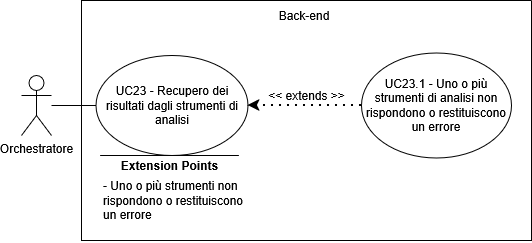
This is assets/diagrams/UC23.png from SkarabGroup/DocumentazioneProgetto, a draw.io export, as it was before one commit. Source tidied: cells renumbered, new cells last; positions are measured from the earlier drawing's top-left corner, leaving out a move shared by most shapes.
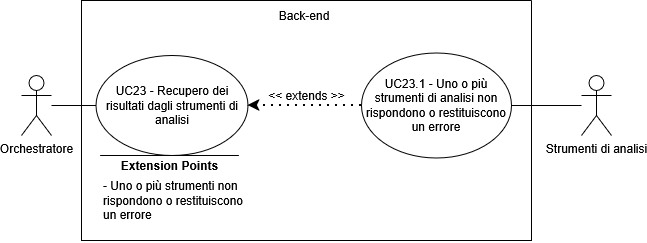
The same diagram one commit later.

Change to the diagram source:
```diff
@@ -38,5 +38,11 @@
     <mxCell id="12" style="endArrow=none;html=1;rounded=0;entryX=0;entryY=0.5;entryDx=0;entryDy=0;" parent="1" edge="1" source="2" target="4">
       <mxGeometry relative="1" as="geometry" />
     </mxCell>
+    <mxCell id="13" value="Strumenti di analisi" style="shape=umlActor;verticalLabelPosition=bottom;verticalAlign=top;html=1;outlineConnect=0;" parent="1" vertex="1">
+      <mxGeometry x="560" y="75" width="30" height="60" as="geometry" />
+    </mxCell>
+    <mxCell id="14" style="endArrow=none;html=1;rounded=0;exitX=1;exitY=0.5;exitDx=0;exitDy=0;" parent="1" edge="1" source="5" target="13">
+      <mxGeometry relative="1" as="geometry" />
+    </mxCell>
   </root>
 </mxGraphModel>
```
